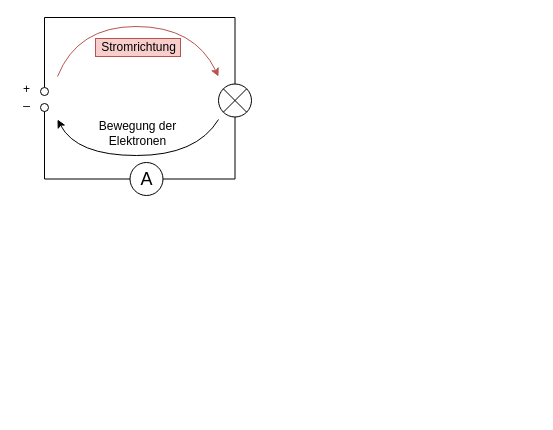
Above: stromkreise.drawio in JoernWVSG/diagram (draw.io), before the change. Source tidied: cells renumbered, new cells numbered last; positions are measured from the earlier drawing's top-left corner, leaving out a move shared by most shapes. Both pictures are drawn from the tidied source at 100%, with x=0, y=0 at pixel (17, 17).
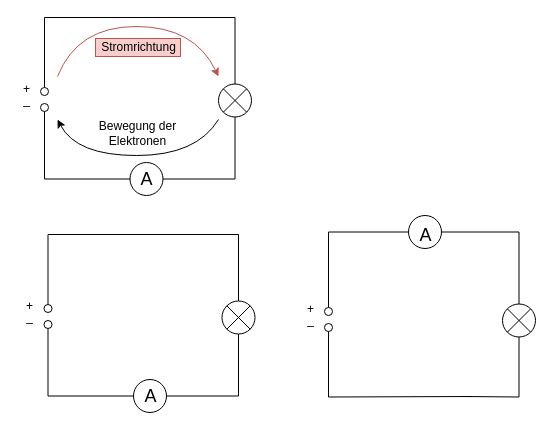
The same page after the edit.

Diff of the diagram source:
```diff
@@
+    <mxCell id="16" style="edgeStyle=orthogonalEdgeStyle;rounded=0;jettySize=auto;html=1;exitX=0.5;exitY=0;exitDx=0;exitDy=0;exitPerimeter=0;entryX=0.5;entryY=0;entryDx=0;entryDy=0;entryPerimeter=0;endArrow=none;endFill=0;" parent="1" edge="1" source="17" target="21">
+      <mxGeometry relative="1" as="geometry">
+        <Array as="points">
+          <mxPoint x="30.5" y="217" />
+          <mxPoint x="221.5" y="217" />
+        </Array>
+      </mxGeometry>
+    </mxCell>
+    <mxCell id="17" style="verticalLabelPosition=bottom;verticalAlign=top;html=1;shape=mxgraph.flowchart.on-page_reference;" parent="1" vertex="1">
+      <mxGeometry x="26.5" y="287" width="8" height="8" as="geometry" />
+    </mxCell>
+    <mxCell id="18" style="verticalLabelPosition=bottom;verticalAlign=top;html=1;shape=mxgraph.flowchart.on-page_reference;" parent="1" vertex="1">
+      <mxGeometry x="26.5" y="303" width="8" height="8" as="geometry" />
+    </mxCell>
+    <mxCell id="19" value="+" style="text;html=1;align=center;verticalAlign=middle;strokeColor=none;" parent="1" vertex="1">
+      <mxGeometry x="3.5" y="280" width="17" height="18" as="geometry" />
+    </mxCell>
+    <mxCell id="20" value="_" style="text;html=1;align=center;verticalAlign=middle;strokeColor=none;" parent="1" vertex="1">
+      <mxGeometry x="3.5" y="291" width="17" height="18" as="geometry" />
+    </mxCell>
+    <mxCell id="21" style="verticalLabelPosition=bottom;shadow=0;dashed=0;align=center;html=1;verticalAlign=top;shape=mxgraph.electrical.abstract.multiplier;" parent="1" vertex="1">
+      <mxGeometry x="204.5" y="283.5" width="33" height="33" as="geometry" />
+    </mxCell>
+    <mxCell id="22" style="edgeStyle=orthogonalEdgeStyle;rounded=0;jettySize=auto;html=1;entryX=0.5;entryY=1;entryDx=0;entryDy=0;entryPerimeter=0;endArrow=none;endFill=0;exitX=1;exitY=0.5;exitDx=0;exitDy=0;exitPerimeter=0;" parent="1" edge="1" source="25" target="21">
+      <mxGeometry relative="1" as="geometry" />
+    </mxCell>
+    <mxCell id="23" value="&lt;font style=&quot;font-size: 18px&quot;&gt;A&lt;/font&gt;" style="text;html=1;align=center;verticalAlign=middle;strokeColor=none;" parent="1" vertex="1">
+      <mxGeometry x="121.5" y="368.5" width="22" height="20" as="geometry" />
+    </mxCell>
+    <mxCell id="24" style="edgeStyle=orthogonalEdgeStyle;rounded=0;jettySize=auto;html=1;exitX=0;exitY=0.5;exitDx=0;exitDy=0;exitPerimeter=0;entryX=0.5;entryY=1;entryDx=0;entryDy=0;entryPerimeter=0;endArrow=none;endFill=0;" parent="1" edge="1" source="25" target="18">
+      <mxGeometry relative="1" as="geometry" />
+    </mxCell>
+    <mxCell id="25" style="strokeWidth=1;html=1;shape=mxgraph.flowchart.start_2;whiteSpace=wrap;verticalAlign=top;fillColor=none;" parent="1" vertex="1">
+      <mxGeometry x="116" y="362" width="33" height="33" as="geometry" />
+    </mxCell>
+    <mxCell id="26" style="verticalLabelPosition=bottom;verticalAlign=top;html=1;shape=mxgraph.flowchart.on-page_reference;" parent="1" vertex="1">
+      <mxGeometry x="307" y="290" width="8" height="8" as="geometry" />
+    </mxCell>
+    <mxCell id="27" style="verticalLabelPosition=bottom;verticalAlign=top;html=1;shape=mxgraph.flowchart.on-page_reference;" parent="1" vertex="1">
+      <mxGeometry x="307" y="306" width="8" height="8" as="geometry" />
+    </mxCell>
+    <mxCell id="28" value="+" style="text;html=1;align=center;verticalAlign=middle;strokeColor=none;" parent="1" vertex="1">
+      <mxGeometry x="284" y="283" width="17" height="18" as="geometry" />
+    </mxCell>
+    <mxCell id="29" value="_" style="text;html=1;align=center;verticalAlign=middle;strokeColor=none;" parent="1" vertex="1">
+      <mxGeometry x="284" y="294" width="17" height="18" as="geometry" />
+    </mxCell>
+    <mxCell id="30" style="verticalLabelPosition=bottom;shadow=0;dashed=0;align=center;html=1;verticalAlign=top;shape=mxgraph.electrical.abstract.multiplier;" parent="1" vertex="1">
+      <mxGeometry x="485" y="286.5" width="33" height="33" as="geometry" />
+    </mxCell>
+    <mxCell id="31" style="edgeStyle=orthogonalEdgeStyle;rounded=0;jettySize=auto;html=1;entryX=0.5;entryY=1;entryDx=0;entryDy=0;entryPerimeter=0;endArrow=none;endFill=0;" parent="1" edge="1" target="30">
+      <mxGeometry x="497" y="389" as="geometry">
+        <mxPoint x="445" y="379" as="sourcePoint" />
+      </mxGeometry>
+    </mxCell>
+    <mxCell id="32" value="&lt;font style=&quot;font-size: 18px&quot;&gt;A&lt;/font&gt;" style="text;html=1;align=center;verticalAlign=middle;strokeColor=none;" parent="1" vertex="1">
+      <mxGeometry x="396.5" y="207.5" width="22" height="20" as="geometry" />
+    </mxCell>
+    <mxCell id="33" style="edgeStyle=orthogonalEdgeStyle;rounded=0;jettySize=auto;html=1;entryX=0.5;entryY=1;entryDx=0;entryDy=0;entryPerimeter=0;endArrow=none;endFill=0;" parent="1" edge="1" target="27">
+      <mxGeometry x="497" y="389" as="geometry">
+        <mxPoint x="455" y="379" as="sourcePoint" />
+      </mxGeometry>
+    </mxCell>
+    <mxCell id="34" style="strokeWidth=1;html=1;shape=mxgraph.flowchart.start_2;whiteSpace=wrap;verticalAlign=top;fillColor=none;" parent="1" vertex="1">
+      <mxGeometry x="391" y="198" width="33" height="33" as="geometry" />
+    </mxCell>
+    <mxCell id="35" style="edgeStyle=orthogonalEdgeStyle;rounded=0;jettySize=auto;html=1;entryX=0.5;entryY=0;entryDx=0;entryDy=0;entryPerimeter=0;endArrow=none;endFill=0;exitX=0;exitY=0.5;exitDx=0;exitDy=0;exitPerimeter=0;" parent="1" edge="1" source="34" target="26">
+      <mxGeometry relative="1" as="geometry" />
+    </mxCell>
+    <mxCell id="36" style="edgeStyle=orthogonalEdgeStyle;rounded=0;jettySize=auto;html=1;entryX=0.5;entryY=0;entryDx=0;entryDy=0;entryPerimeter=0;endArrow=none;endFill=0;exitX=1;exitY=0.5;exitDx=0;exitDy=0;exitPerimeter=0;" parent="1" edge="1" source="34" target="30">
+      <mxGeometry relative="1" as="geometry" />
+    </mxCell>
```
